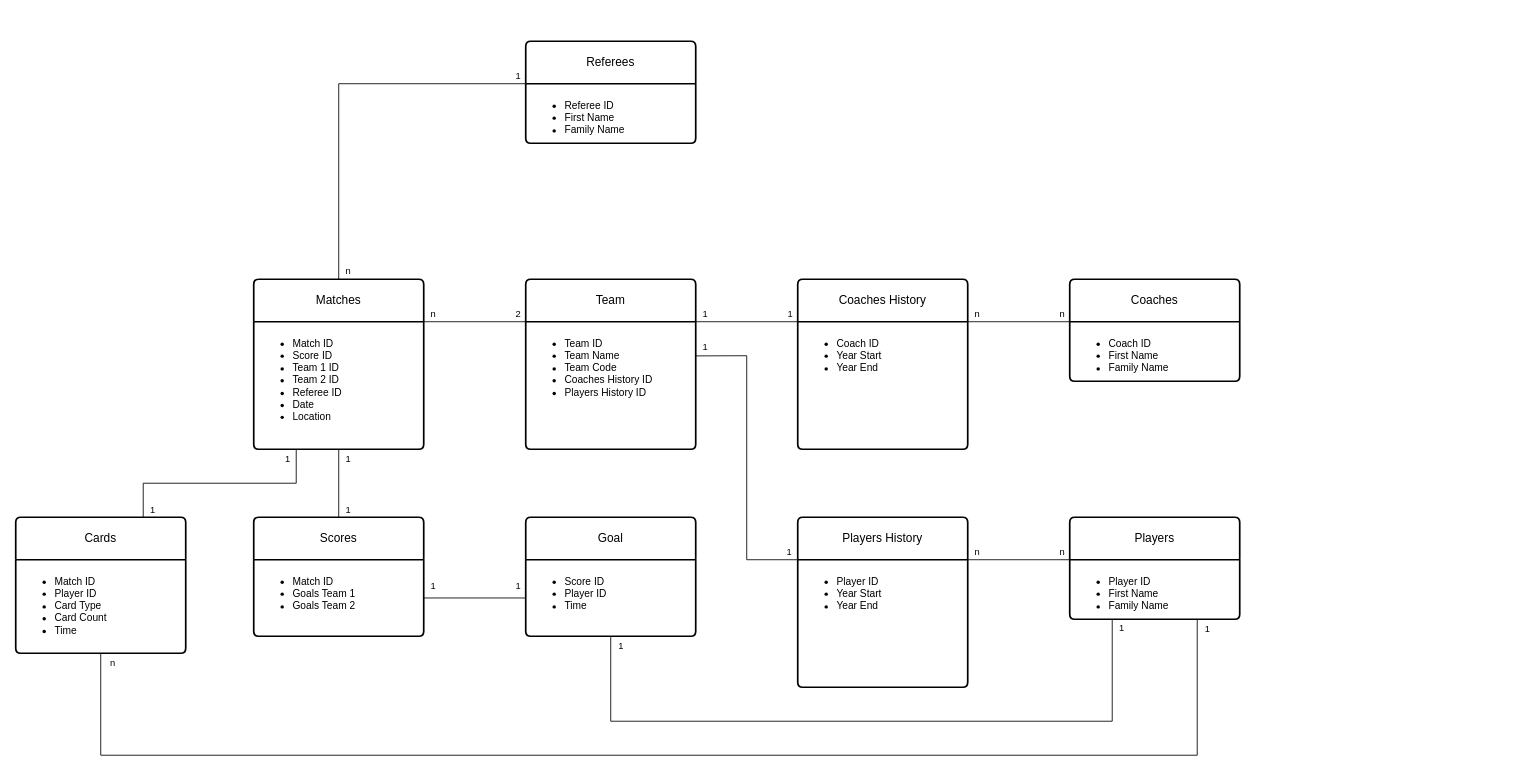
Riccardo-Maffei/Outsourced-Sport-Predictor keeps this draw.io diagram as data_acquisition/DataBank Diagram.drawio. Above is the earlier version. Source tidied: cells renumbered, new cells numbered last; positions are measured from the earlier drawing's top-left corner, leaving out a move shared by most shapes. Both pictures are drawn from the tidied source at 85%, with x=0, y=0 at pixel (15, 41).
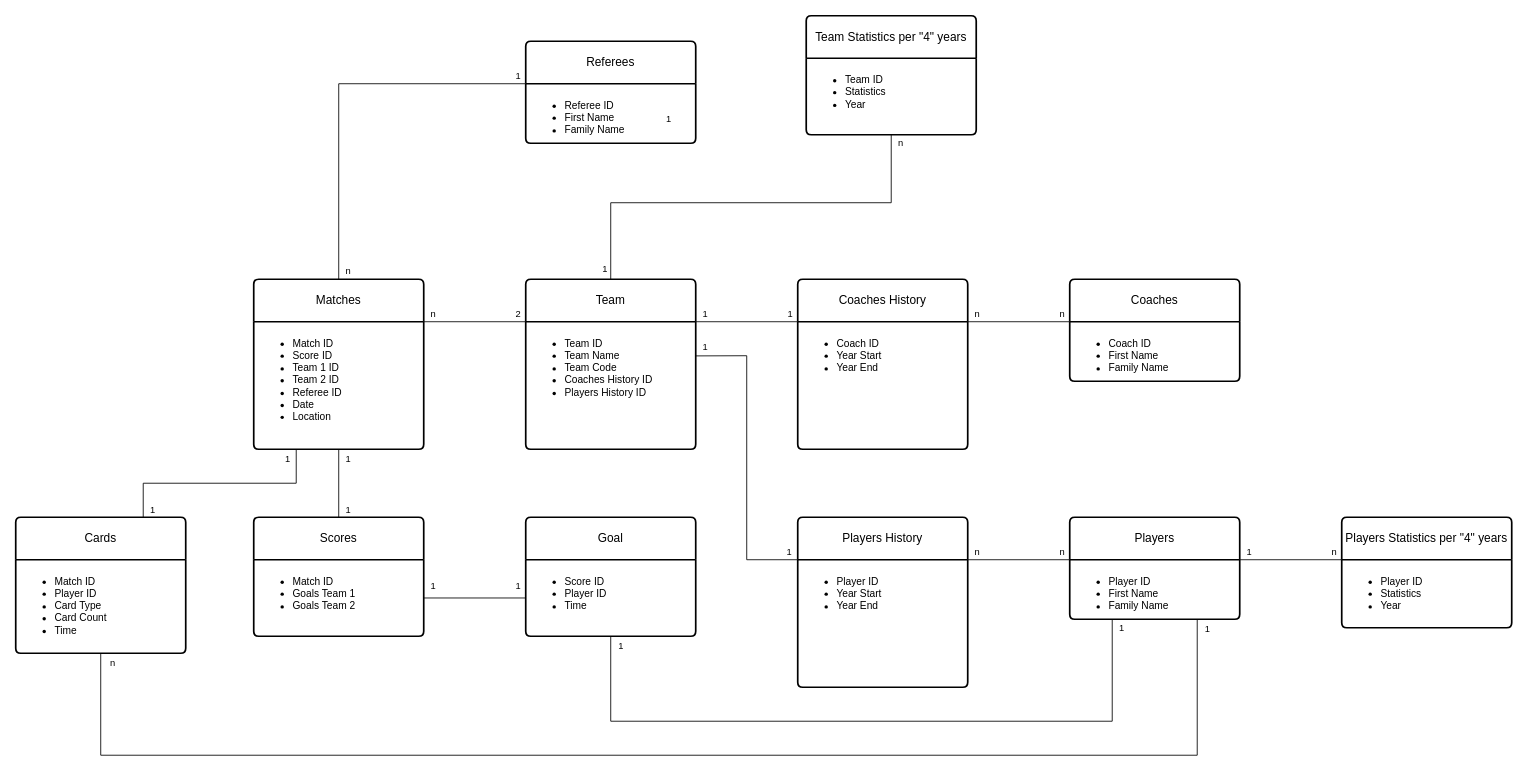
Above is the later version.

The change refers to these unchanged cells:
```xml
<mxCell id="2" value="Team" style="swimlane;horizontal=1;startSize=50;rounded=1;fontSize=14;fontStyle=0;strokeWidth=2;shadow=0;dashed=0;align=center;arcSize=4;whiteSpace=wrap;html=1;" parent="1" vertex="1">
  <mxGeometry x="600" y="280" width="200" height="200" as="geometry" />
</mxCell>
<mxCell id="20" value="&lt;ul&gt;&lt;li&gt;&lt;span style=&quot;background-color: initial;&quot;&gt;Player ID&lt;/span&gt;&lt;/li&gt;&lt;li&gt;&lt;span style=&quot;background-color: initial;&quot;&gt;First Name&lt;/span&gt;&lt;/li&gt;&lt;li&gt;&lt;span style=&quot;background-color: initial;&quot;&gt;Family Name&lt;/span&gt;&lt;/li&gt;&lt;/ul&gt;" style="align=left;strokeColor=none;fillColor=none;spacingLeft=4;fontSize=12;verticalAlign=top;html=1;" parent="19" vertex="1">
  <mxGeometry y="50" width="200" height="70" as="geometry" />
</mxCell>
```

What changed in the source:
```diff
@@
+    <mxCell id="55" value="Players Statistics per &quot;4&quot; years" style="swimlane;horizontal=1;startSize=50;rounded=1;fontSize=14;fontStyle=0;strokeWidth=2;shadow=0;dashed=0;align=center;arcSize=4;whiteSpace=wrap;html=1;" parent="1" vertex="1">
+      <mxGeometry x="1560" y="560" width="200" height="130" as="geometry" />
+    </mxCell>
+    <mxCell id="56" value="&lt;ul&gt;&lt;li&gt;&lt;span style=&quot;background-color: initial;&quot;&gt;Player ID&lt;/span&gt;&lt;/li&gt;&lt;li&gt;Statistics&lt;/li&gt;&lt;li&gt;Year&lt;/li&gt;&lt;/ul&gt;" style="align=left;strokeColor=none;fillColor=none;spacingLeft=4;fontSize=12;verticalAlign=top;html=1;" parent="55" vertex="1">
+      <mxGeometry y="50" width="200" height="80" as="geometry" />
+    </mxCell>
+    <mxCell id="57" style="endArrow=none;html=1;rounded=0;entryX=0;entryY=0;entryDx=0;entryDy=0;exitX=1;exitY=0;exitDx=0;exitDy=0;" parent="1" edge="1" source="20" target="56">
+      <mxGeometry relative="1" as="geometry" />
+    </mxCell>
+    <mxCell id="58" value="1" style="edgeLabel;html=1;align=center;verticalAlign=middle;" parent="57" vertex="1">
+      <mxGeometry x="-0.17" y="1" relative="1" as="geometry">
+        <mxPoint x="-40" y="-9" as="offset" />
+      </mxGeometry>
+    </mxCell>
+    <mxCell id="59" value="n" style="edgeLabel;html=1;align=center;verticalAlign=middle;" parent="57" vertex="1">
+      <mxGeometry x="0.73" relative="1" as="geometry">
+        <mxPoint x="6" y="-10" as="offset" />
+      </mxGeometry>
+    </mxCell>
+    <mxCell id="60" value="Team Statistics per &quot;4&quot; years" style="swimlane;horizontal=1;startSize=50;rounded=1;fontSize=14;fontStyle=0;strokeWidth=2;shadow=0;dashed=0;align=center;arcSize=4;whiteSpace=wrap;html=1;" parent="1" vertex="1">
+      <mxGeometry x="930" y="-30" width="200" height="140" as="geometry" />
+    </mxCell>
+    <mxCell id="61" value="&lt;ul&gt;&lt;li&gt;&lt;span style=&quot;background-color: initial;&quot;&gt;Team ID&lt;/span&gt;&lt;/li&gt;&lt;li&gt;Statistics&lt;/li&gt;&lt;li&gt;Year&lt;/li&gt;&lt;/ul&gt;" style="align=left;strokeColor=none;fillColor=none;spacingLeft=4;fontSize=12;verticalAlign=top;html=1;" parent="60" vertex="1">
+      <mxGeometry y="50" width="200" height="90" as="geometry" />
+    </mxCell>
+    <mxCell id="62" style="endArrow=none;html=1;rounded=0;exitX=0.5;exitY=0;exitDx=0;exitDy=0;entryX=0.5;entryY=1;entryDx=0;entryDy=0;" parent="1" edge="1" source="2" target="61">
+      <mxGeometry relative="1" as="geometry">
+        <Array as="points">
+          <mxPoint x="700" y="190" />
+          <mxPoint x="1030" y="190" />
+        </Array>
+      </mxGeometry>
+    </mxCell>
+    <mxCell id="63" value="1" style="edgeLabel;html=1;align=center;verticalAlign=middle;" parent="62" vertex="1">
+      <mxGeometry x="-0.17" y="1" relative="1" as="geometry">
+        <mxPoint x="-51" y="-99" as="offset" />
+      </mxGeometry>
+    </mxCell>
+    <mxCell id="64" value="n" style="edgeLabel;html=1;align=center;verticalAlign=middle;" parent="62" vertex="1">
+      <mxGeometry x="0.73" relative="1" as="geometry">
+        <mxPoint x="10" y="-58" as="offset" />
+      </mxGeometry>
+    </mxCell>
+    <mxCell id="65" value="1" style="edgeLabel;html=1;align=center;verticalAlign=middle;" parent="1" vertex="1">
+      <mxGeometry x="819.3" y="320" as="geometry">
+        <mxPoint x="-127" y="-53" as="offset" />
+      </mxGeometry>
+    </mxCell>
```
